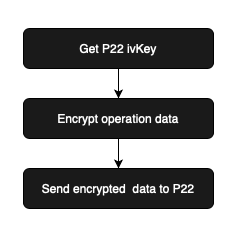
This is doActivityProcedure.png from secuxtech/secux-paymentkit-sample-for-springtrees-ios, a draw.io export, as it was before one commit. Source tidied: cells renumbered, new cells last; positions are measured from the earlier drawing's top-left corner, leaving out a move shared by most shapes.
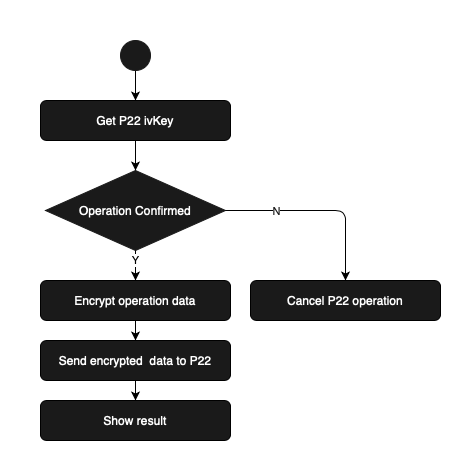
Later version of the same file.

Diff of the diagram source:
```diff
@@ -3,22 +3,59 @@
     <mxCell id="0" />
     <mxCell id="1" parent="0" />
     <mxCell id="2" style="whiteSpace=wrap;html=1;fontColor=#FFFFFF;align=center;fillColor=#FFFFFF;strokeColor=#FFFFFF;" parent="1" vertex="1">
-      <mxGeometry x="-0.5" y="0.5" width="235" height="235" as="geometry" />
+      <mxGeometry x="-18" y="-72" width="470" height="470" as="geometry" />
     </mxCell>
     <mxCell id="3" value="Get P22 ivKey" style="rounded=1;whiteSpace=wrap;html=1;fillColor=#1A1A1A;fontColor=#FFFFFF;" parent="1" vertex="1">
       <mxGeometry x="22" y="28" width="190" height="40" as="geometry" />
     </mxCell>
     <mxCell id="4" value="Encrypt operation data" style="rounded=1;whiteSpace=wrap;html=1;fillColor=#1A1A1A;fontColor=#FFFFFF;" parent="1" vertex="1">
-      <mxGeometry x="22" y="98" width="190" height="40" as="geometry" />
+      <mxGeometry x="22" y="208" width="190" height="40" as="geometry" />
     </mxCell>
     <mxCell id="5" value="Send encrypted &amp;nbsp;data to P22" style="rounded=1;whiteSpace=wrap;html=1;fontColor=#FFFFFF;fillColor=#1A1A1A;" parent="1" vertex="1">
-      <mxGeometry x="22" y="168" width="190" height="40" as="geometry" />
+      <mxGeometry x="22" y="268" width="190" height="40" as="geometry" />
     </mxCell>
-    <mxCell id="6" style="endArrow=classic;html=1;exitX=0.5;exitY=1;exitDx=0;exitDy=0;entryX=0.5;entryY=0;entryDx=0;entryDy=0;" parent="1" edge="1" source="3" target="4">
-      <mxGeometry relative="1" as="geometry" />
+    <mxCell id="6" style="endArrow=classic;html=1;exitX=0.5;exitY=1;exitDx=0;exitDy=0;" parent="1" edge="1">
+      <mxGeometry relative="1" as="geometry">
+        <mxPoint x="117" y="-2" as="sourcePoint" />
+        <mxPoint x="117" y="28" as="targetPoint" />
+      </mxGeometry>
     </mxCell>
     <mxCell id="7" style="endArrow=classic;html=1;exitX=0.5;exitY=1;exitDx=0;exitDy=0;entryX=0.5;entryY=0;entryDx=0;entryDy=0;" parent="1" edge="1" source="4" target="5">
       <mxGeometry relative="1" as="geometry" />
     </mxCell>
+    <mxCell id="8" value="Operation Confirmed" style="rhombus;whiteSpace=wrap;html=1;strokeColor=#1A1A1A;fillColor=#1A1A1A;fontColor=#FFFFFF;align=center;" parent="1" vertex="1">
+      <mxGeometry x="27" y="98" width="180" height="80" as="geometry" />
+    </mxCell>
+    <mxCell id="9" style="endArrow=classic;html=1;fontColor=#FFFFFF;exitX=0.5;exitY=1;exitDx=0;exitDy=0;entryX=0.5;entryY=0;entryDx=0;entryDy=0;" parent="1" edge="1" source="3" target="8">
+      <mxGeometry relative="1" as="geometry" />
+    </mxCell>
+    <mxCell id="10" style="endArrow=classic;html=1;fontColor=#FFFFFF;exitX=0.5;exitY=1;exitDx=0;exitDy=0;entryX=0.5;entryY=0;entryDx=0;entryDy=0;" parent="1" edge="1" source="8" target="4">
+      <mxGeometry relative="1" as="geometry" />
+    </mxCell>
+    <mxCell id="11" value="&lt;font color=&quot;#000000&quot;&gt;Y&lt;/font&gt;" style="edgeLabel;html=1;align=center;verticalAlign=middle;fontColor=#FFFFFF;" parent="10" vertex="1">
+      <mxGeometry x="-0.4" y="-1" relative="1" as="geometry" />
+    </mxCell>
+    <mxCell id="12" value="Cancel P22 operation" style="rounded=1;whiteSpace=wrap;html=1;fillColor=#1A1A1A;fontColor=#FFFFFF;" parent="1" vertex="1">
+      <mxGeometry x="232" y="208" width="190" height="40" as="geometry" />
+    </mxCell>
+    <mxCell id="13" style="endArrow=classic;html=1;fontColor=#FFFFFF;exitX=1;exitY=0.5;exitDx=0;exitDy=0;entryX=0.5;entryY=0;entryDx=0;entryDy=0;" parent="1" edge="1" source="8" target="12">
+      <mxGeometry relative="1" as="geometry">
+        <Array as="points">
+          <mxPoint x="327" y="138" />
+        </Array>
+      </mxGeometry>
+    </mxCell>
+    <mxCell id="14" value="&lt;font color=&quot;#1a1a1a&quot;&gt;N&lt;/font&gt;" style="edgeLabel;html=1;align=center;verticalAlign=middle;fontColor=#FFFFFF;" parent="13" vertex="1">
+      <mxGeometry x="-0.47" relative="1" as="geometry" />
+    </mxCell>
+    <mxCell id="15" style="ellipse;whiteSpace=wrap;html=1;strokeColor=#1A1A1A;fillColor=#1A1A1A;fontColor=#FFFFFF;align=center;" parent="1" vertex="1">
+      <mxGeometry x="102" y="-32" width="30" height="30" as="geometry" />
+    </mxCell>
+    <mxCell id="16" value="Show result" style="rounded=1;whiteSpace=wrap;html=1;fontColor=#FFFFFF;fillColor=#1A1A1A;" parent="1" vertex="1">
+      <mxGeometry x="22" y="328" width="190" height="40" as="geometry" />
+    </mxCell>
+    <mxCell id="17" style="endArrow=classic;html=1;fontColor=#FFFFFF;exitX=0.5;exitY=1;exitDx=0;exitDy=0;entryX=0.5;entryY=0;entryDx=0;entryDy=0;" parent="1" edge="1" source="5" target="16">
+      <mxGeometry relative="1" as="geometry" />
+    </mxCell>
   </root>
 </mxGraphModel>
```
